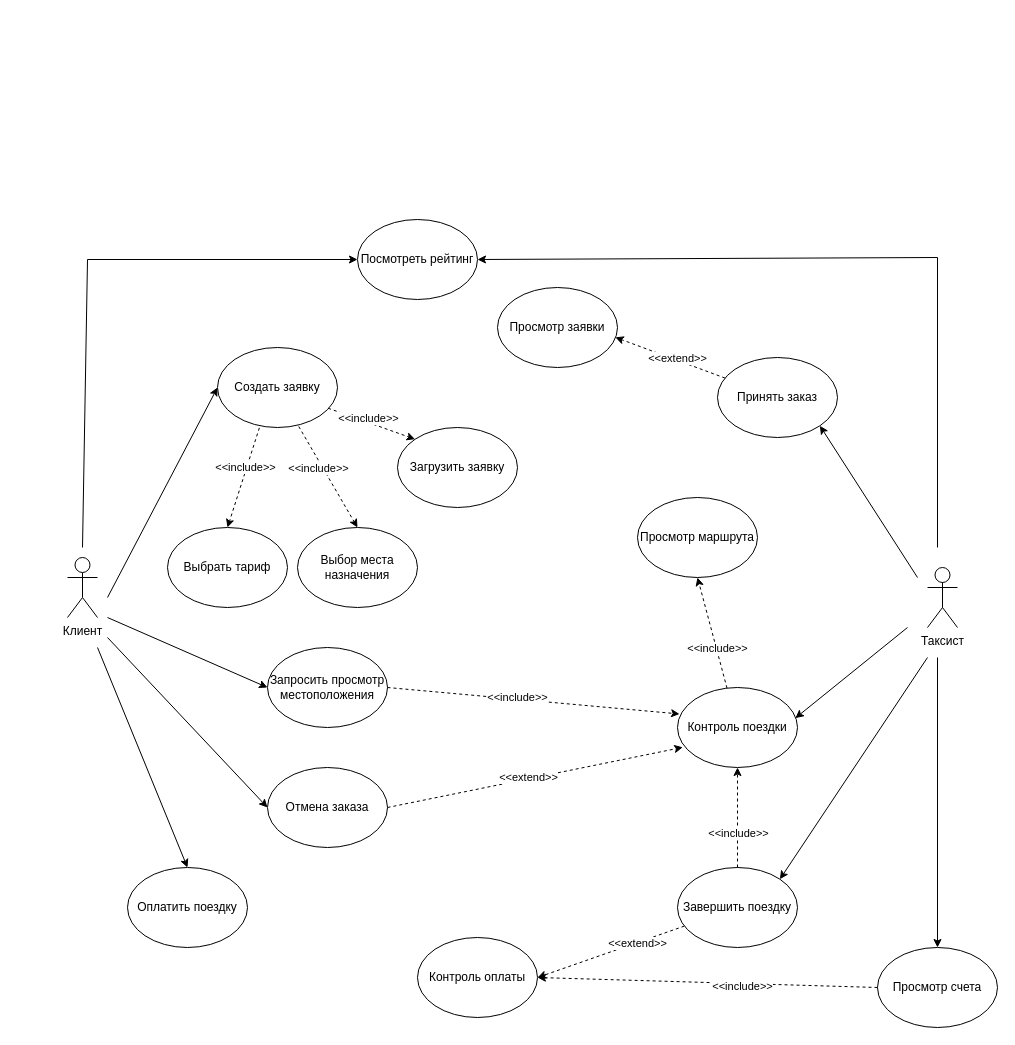
The draw.io diagram use case BBDD.drawio.xml in Mornyzzz/bdshka, before the edit. Source tidied: cells renumbered, new cells numbered last; positions are measured from the earlier drawing's top-left corner, leaving out a move shared by most shapes. Both pictures are drawn from the tidied source at 100%, with x=0, y=0 at pixel (67, 219).
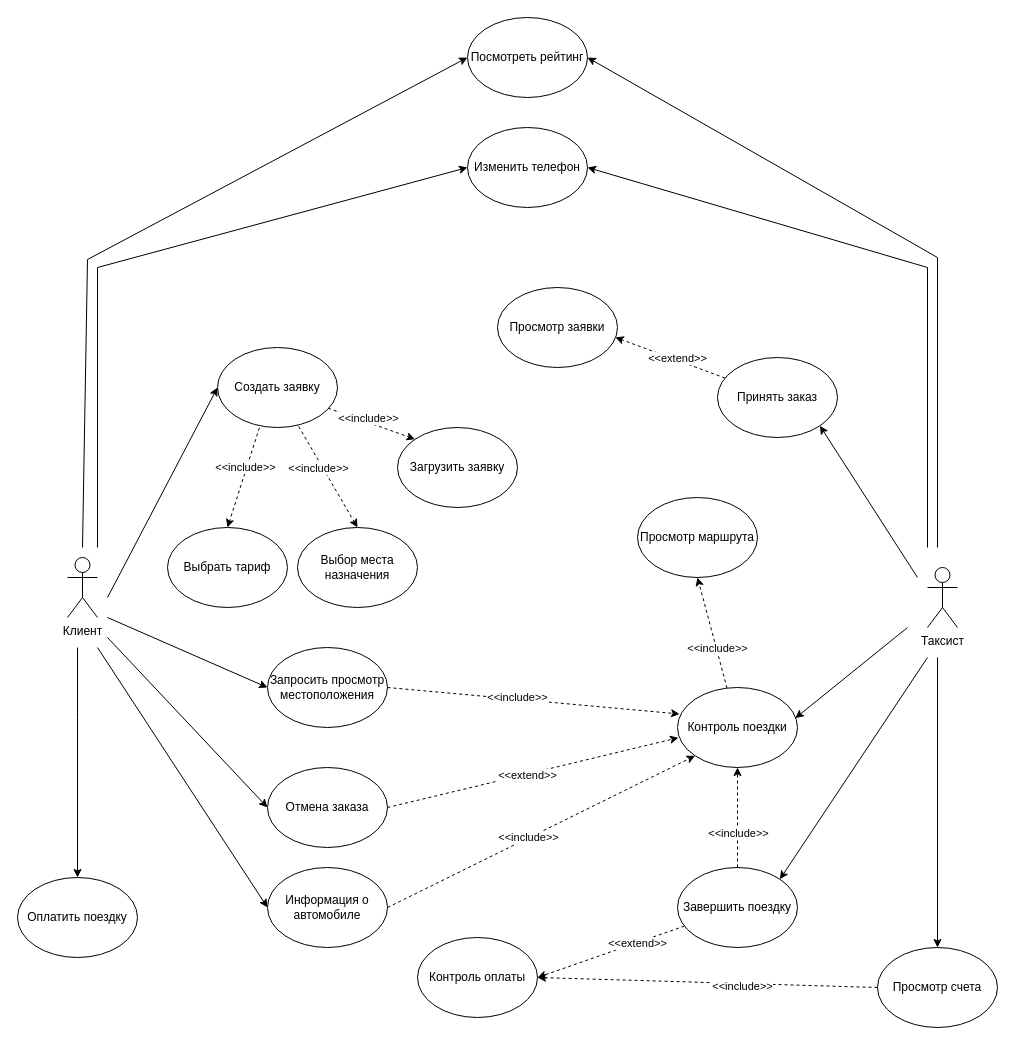
The same page after the edit.

Unchanged cells that the change refers to:
```xml
<mxCell id="20" value="Контроль поездки" style="ellipse;whiteSpace=wrap;html=1;" parent="1" vertex="1">
  <mxGeometry x="610" y="468" width="120" height="80" as="geometry" />
</mxCell>
<mxCell id="42" value="Отмена заказа" style="ellipse;whiteSpace=wrap;html=1;" parent="1" vertex="1">
  <mxGeometry x="200" y="548" width="120" height="80" as="geometry" />
</mxCell>
```

Diff of the diagram source:
```diff
@@
     <mxCell id="7" value="Оплатить поездку" style="ellipse;whiteSpace=wrap;html=1;" parent="1" vertex="1">
-      <mxGeometry x="60" y="648" width="120" height="80" as="geometry" />
+      <mxGeometry x="-50" y="658" width="120" height="80" as="geometry" />
     </mxCell>
@@
     <mxCell id="11" style="endArrow=classic;html=1;rounded=0;entryX=0.5;entryY=0;entryDx=0;entryDy=0;" parent="1" edge="1" target="7">
       <mxGeometry relative="1" as="geometry">
-        <mxPoint x="30" y="428" as="sourcePoint" />
+        <mxPoint x="10" y="428" as="sourcePoint" />
+        <Array as="points">
+          <mxPoint x="10" y="498" />
+        </Array>
       </mxGeometry>
     </mxCell>
@@
     <mxCell id="24" value="Посмотреть рейтинг" style="ellipse;whiteSpace=wrap;html=1;" parent="1" vertex="1">
-      <mxGeometry x="290" width="120" height="80" as="geometry" />
+      <mxGeometry x="400" y="-202" width="120" height="80" as="geometry" />
     </mxCell>
@@
-    <mxCell id="44" style="endArrow=classic;html=1;rounded=0;exitX=1;exitY=0.5;exitDx=0;exitDy=0;dashed=1;entryX=0.044;entryY=0.748;entryDx=0;entryDy=0;entryPerimeter=0;" parent="1" edge="1" source="42" target="20">
+    <mxCell id="44" style="endArrow=classic;html=1;rounded=0;exitX=1;exitY=0.5;exitDx=0;exitDy=0;dashed=1;entryX=0.008;entryY=0.628;entryDx=0;entryDy=0;entryPerimeter=0;" parent="1" edge="1" source="42" target="20">
       <mxGeometry relative="1" as="geometry" />
     </mxCell>
@@
+    <mxCell id="49" value="Изменить телефон" style="ellipse;whiteSpace=wrap;html=1;" parent="1" vertex="1">
+      <mxGeometry x="400" y="-92" width="120" height="80" as="geometry" />
+    </mxCell>
+    <mxCell id="50" style="endArrow=classic;html=1;rounded=0;entryX=1;entryY=0.5;entryDx=0;entryDy=0;" parent="1" edge="1" target="49">
+      <mxGeometry relative="1" as="geometry">
+        <mxPoint x="860" y="328" as="sourcePoint" />
+        <Array as="points">
+          <mxPoint x="860" y="48" />
+        </Array>
+      </mxGeometry>
+    </mxCell>
+    <mxCell id="51" style="endArrow=classic;html=1;rounded=0;entryX=0;entryY=0.5;entryDx=0;entryDy=0;" parent="1" edge="1" target="49">
+      <mxGeometry relative="1" as="geometry">
+        <mxPoint x="30" y="328" as="sourcePoint" />
+        <Array as="points">
+          <mxPoint x="30" y="48" />
+        </Array>
+      </mxGeometry>
+    </mxCell>
+    <mxCell id="52" value="Информация о автомобиле" style="ellipse;whiteSpace=wrap;html=1;" parent="1" vertex="1">
+      <mxGeometry x="200" y="648" width="120" height="80" as="geometry" />
+    </mxCell>
+    <mxCell id="53" style="endArrow=classic;html=1;rounded=0;entryX=0;entryY=0.5;entryDx=0;entryDy=0;" parent="1" edge="1" target="52">
+      <mxGeometry relative="1" as="geometry">
+        <mxPoint x="30" y="428" as="sourcePoint" />
+      </mxGeometry>
+    </mxCell>
+    <mxCell id="54" style="endArrow=classic;html=1;rounded=0;exitX=1;exitY=0.5;exitDx=0;exitDy=0;dashed=1;entryX=0;entryY=1;entryDx=0;entryDy=0;" parent="1" edge="1" source="52" target="20">
+      <mxGeometry relative="1" as="geometry" />
+    </mxCell>
+    <mxCell id="55" value="&amp;lt;&amp;lt;include&amp;gt;&amp;gt;" style="edgeLabel;html=1;align=center;verticalAlign=middle;" parent="54" vertex="1">
+      <mxGeometry x="-0.57" y="-4" relative="1" as="geometry">
+        <mxPoint x="72" y="-41" as="offset" />
+      </mxGeometry>
+    </mxCell>
```
